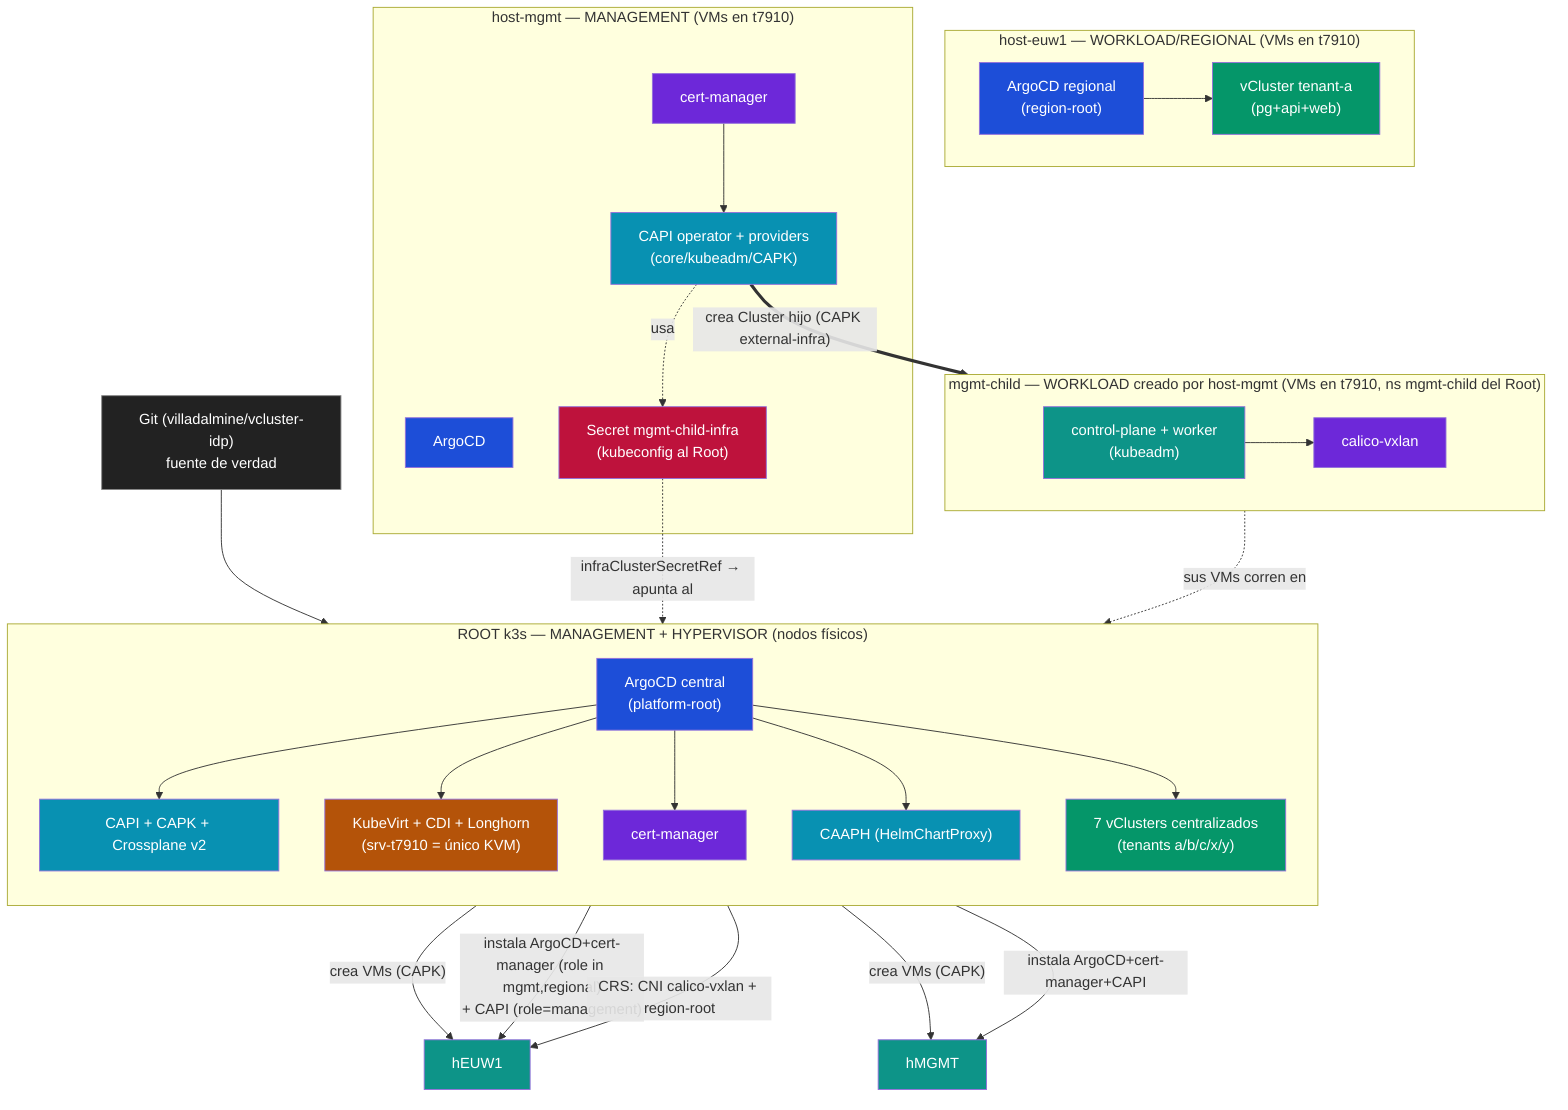
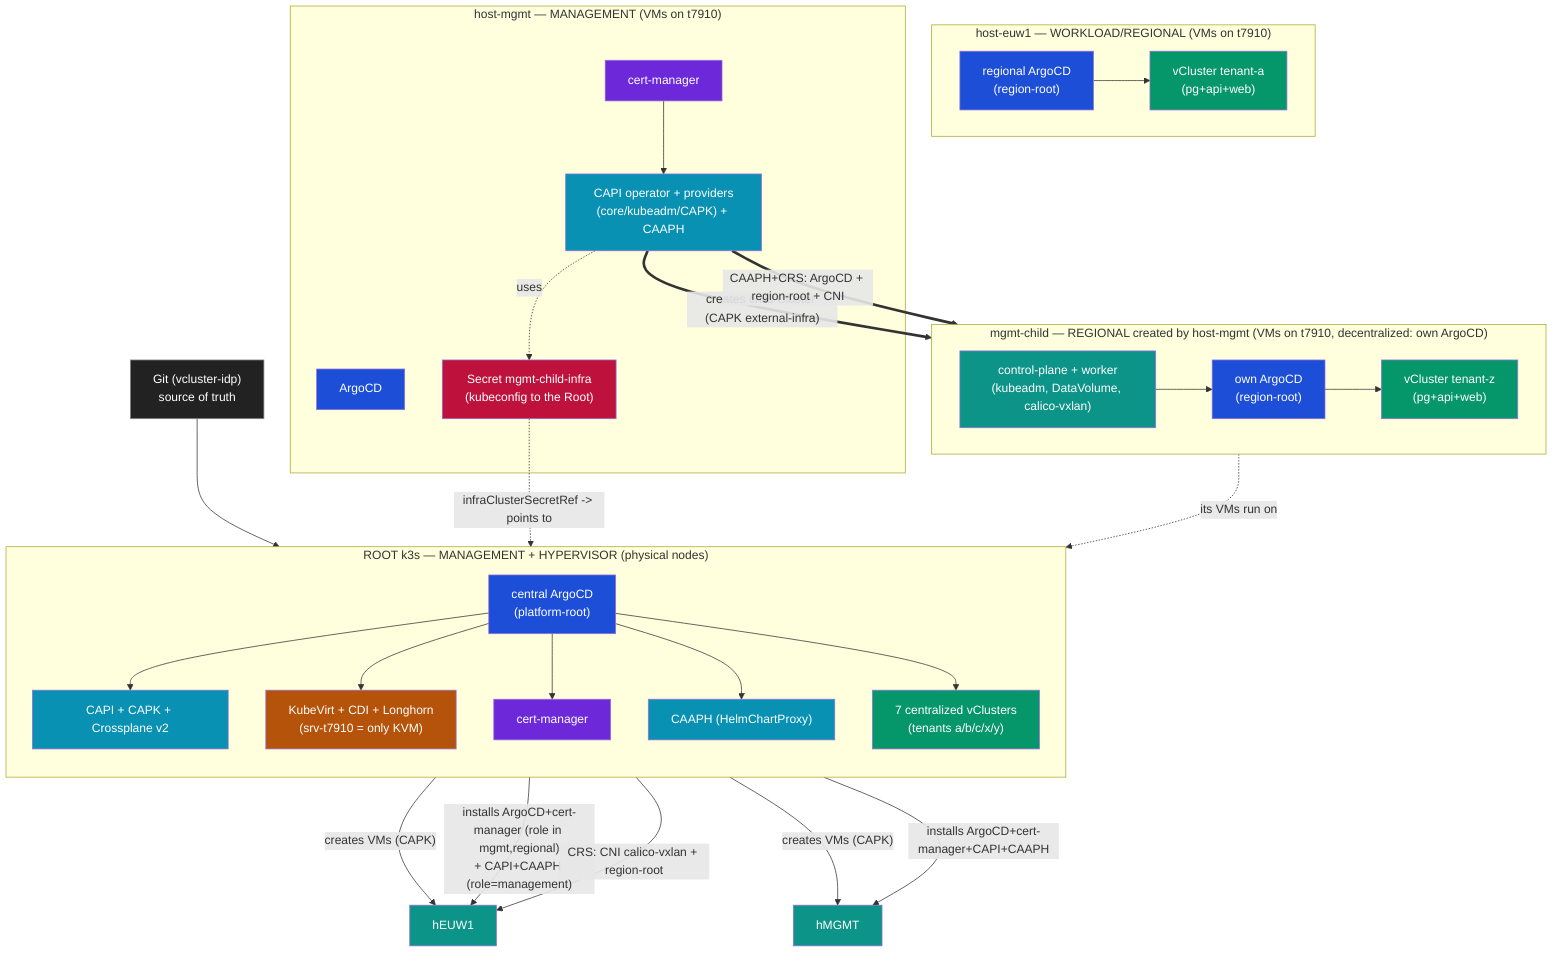
- %% Flujo completo del fleet: management-of-managements (Root → host-mgmt → mgmt-child)
- %% Qué CONSUME qué y qué se CONECTA con qué. Fuente del SVG (render: mmdc -i este.mermaid -o out.svg)
+ %% Full fleet flow: management-of-managements (Root -> host-mgmt -> mgmt-child)
+ %% What CONSUMES what and what CONNECTS to what. Source of the SVG (render: mmdc -i this.mermaid -o out.svg)
flowchart TB
-   GIT["Git (villadalmine/vcluster-idp)\nfuente de verdad"]:::git
+   GIT["Git (vcluster-idp)\nsource of truth"]:::git

-   subgraph ROOT["ROOT k3s — MANAGEMENT + HYPERVISOR (nodos físicos)"]
+   subgraph ROOT["ROOT k3s — MANAGEMENT + HYPERVISOR (physical nodes)"]
    direction TB
-     rArgo["ArgoCD central\n(platform-root)"]:::argo
+     rArgo["central ArgoCD\n(platform-root)"]:::argo
    rCAPI["CAPI + CAPK + Crossplane v2"]:::capi
-     rKV["KubeVirt + CDI + Longhorn\n(srv-t7910 = único KVM)"]:::kv
+     rKV["KubeVirt + CDI + Longhorn\n(srv-t7910 = only KVM)"]:::kv
    rCM["cert-manager"]:::svc
    rCAAPH["CAAPH (HelmChartProxy)"]:::capi
-     rVC["7 vClusters centralizados\n(tenants a/b/c/x/y)"]:::vc
+     rVC["7 centralized vClusters\n(tenants a/b/c/x/y)"]:::vc
  end

  GIT --> rArgo
  rArgo --> rCAPI & rKV & rCM & rCAAPH & rVC

-   %% Root CREA los host clusters como VMs
-   rCAPI -- "crea VMs (CAPK)" --> hEUW1
-   rCAPI -- "crea VMs (CAPK)" --> hMGMT
-   %% CAAPH del Root instala addons DENTRO de los clusters creados
-   rCAAPH -- "instala ArgoCD+cert-manager (role in mgmt,regional)\n+ CAPI (role=management)" --> hEUW1
-   rCAAPH -- "instala ArgoCD+cert-manager+CAPI" --> hMGMT
+   %% Root CREATES the host clusters as VMs
+   rCAPI -- "creates VMs (CAPK)" --> hEUW1
+   rCAPI -- "creates VMs (CAPK)" --> hMGMT
+   %% Root's CAAPH installs addons INTO the created clusters
+   rCAAPH -- "installs ArgoCD+cert-manager (role in mgmt,regional)\n+ CAPI+CAAPH (role=management)" --> hEUW1
+   rCAAPH -- "installs ArgoCD+cert-manager+CAPI+CAAPH" --> hMGMT
  rCAPI -- "CRS: CNI calico-vxlan + region-root" --> hEUW1

-   subgraph EUW1["host-euw1 — WORKLOAD/REGIONAL (VMs en t7910)"]
-     eArgo["ArgoCD regional\n(region-root)"]:::argo
+   subgraph EUW1["host-euw1 — WORKLOAD/REGIONAL (VMs on t7910)"]
+     eArgo["regional ArgoCD\n(region-root)"]:::argo
    eVC["vCluster tenant-a\n(pg+api+web)"]:::vc
    eArgo --> eVC
  end

-   subgraph MGMT["host-mgmt — MANAGEMENT (VMs en t7910)"]
+   subgraph MGMT["host-mgmt — MANAGEMENT (VMs on t7910)"]
    mArgo["ArgoCD"]:::argo
    mCM["cert-manager"]:::svc
-     mCAPI["CAPI operator + providers\n(core/kubeadm/CAPK)"]:::capi
-     mSec["Secret mgmt-child-infra\n(kubeconfig al Root)"]:::sec
+     mCAPI["CAPI operator + providers\n(core/kubeadm/CAPK) + CAAPH"]:::capi
+     mSec["Secret mgmt-child-infra\n(kubeconfig to the Root)"]:::sec
    mCM --> mCAPI
-     mCAPI -. usa .-> mSec
+     mCAPI -. uses .-> mSec
  end

-   %% host-mgmt CREA su hijo, pero las VMs van al KubeVirt del ROOT (external-infra)
-   mCAPI == "crea Cluster hijo (CAPK external-infra)" ==> CHILD
-   mSec -. "infraClusterSecretRef → apunta al" .-> rKV
-   CHILD -. "sus VMs corren en" .-> rKV
+   %% host-mgmt CREATES its child, AND delivers it the same stack the Root gives its regionals
+   mCAPI == "creates child Cluster (CAPK external-infra)" ==> CHILD
+   mCAPI == "CAAPH+CRS: ArgoCD + region-root + CNI" ==> CHILD
+   mSec -. "infraClusterSecretRef -> points to" .-> rKV
+   CHILD -. "its VMs run on" .-> rKV

-   subgraph CHILD["mgmt-child — WORKLOAD creado por host-mgmt (VMs en t7910, ns mgmt-child del Root)"]
-     cCP["control-plane + worker\n(kubeadm)"]:::node
-     cCNI["calico-vxlan"]:::svc
-     cCP --> cCNI
+   subgraph CHILD["mgmt-child — REGIONAL created by host-mgmt (VMs on t7910, decentralized: own ArgoCD)"]
+     cCP["control-plane + worker\n(kubeadm, DataVolume, calico-vxlan)"]:::node
+     cArgo["own ArgoCD\n(region-root)"]:::argo
+     cVC["vCluster tenant-z\n(pg+api+web)"]:::vc
+     cCP --> cArgo --> cVC
  end

  classDef git fill:#222,color:#fff,stroke:#888
  classDef argo fill:#1d4ed8,color:#fff
  classDef capi fill:#0891b2,color:#fff
  classDef kv fill:#b45309,color:#fff
  classDef svc fill:#6d28d9,color:#fff
  classDef vc fill:#059669,color:#fff
  classDef node fill:#0d9488,color:#fff
  classDef sec fill:#be123c,color:#fff
